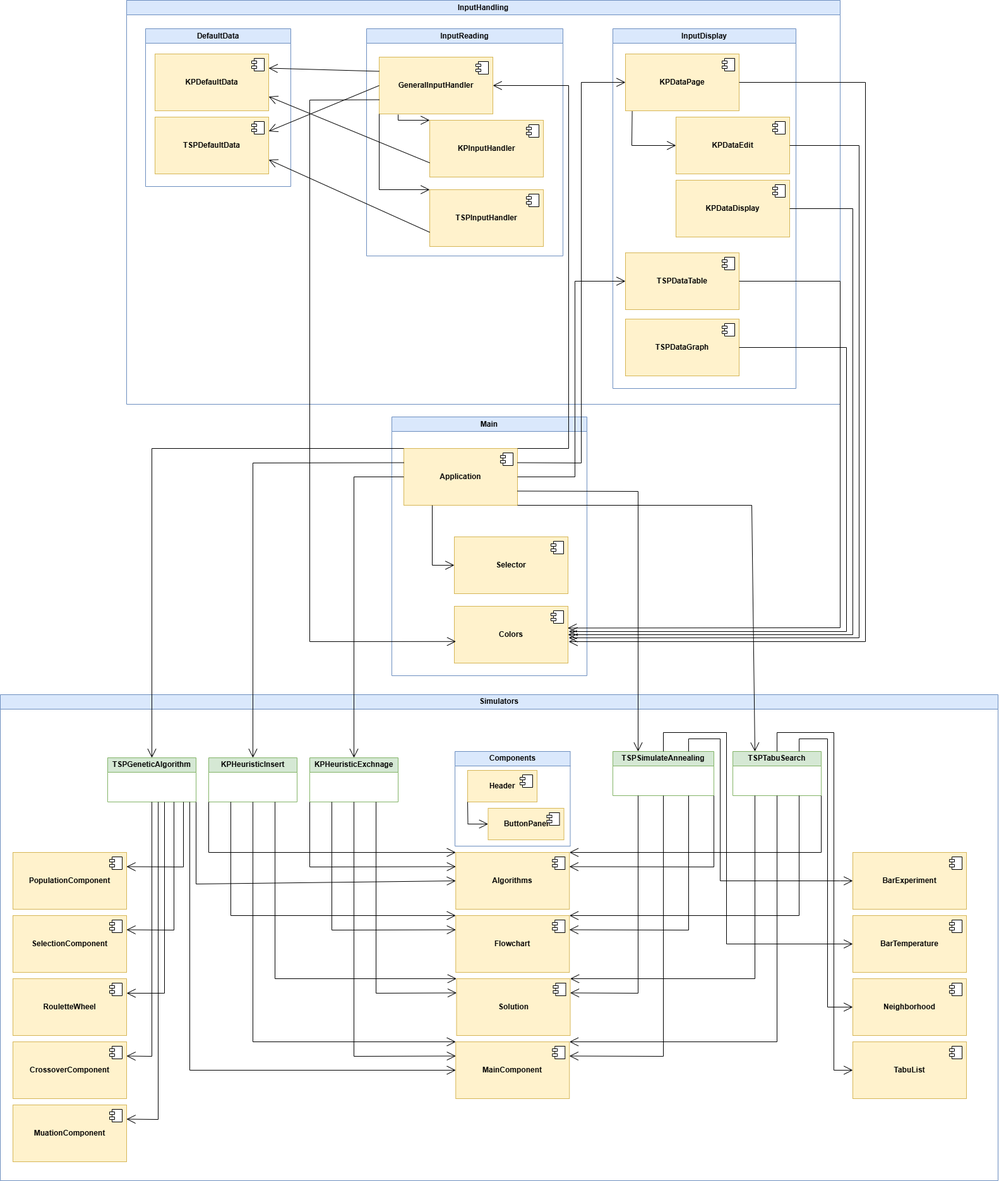
marek311/heuristics keeps this draw.io diagram as BP.png. Above is the earlier version. Source tidied: cells renumbered, new cells last; positions are measured from the earlier drawing's top-left corner, leaving out a move shared by most shapes.
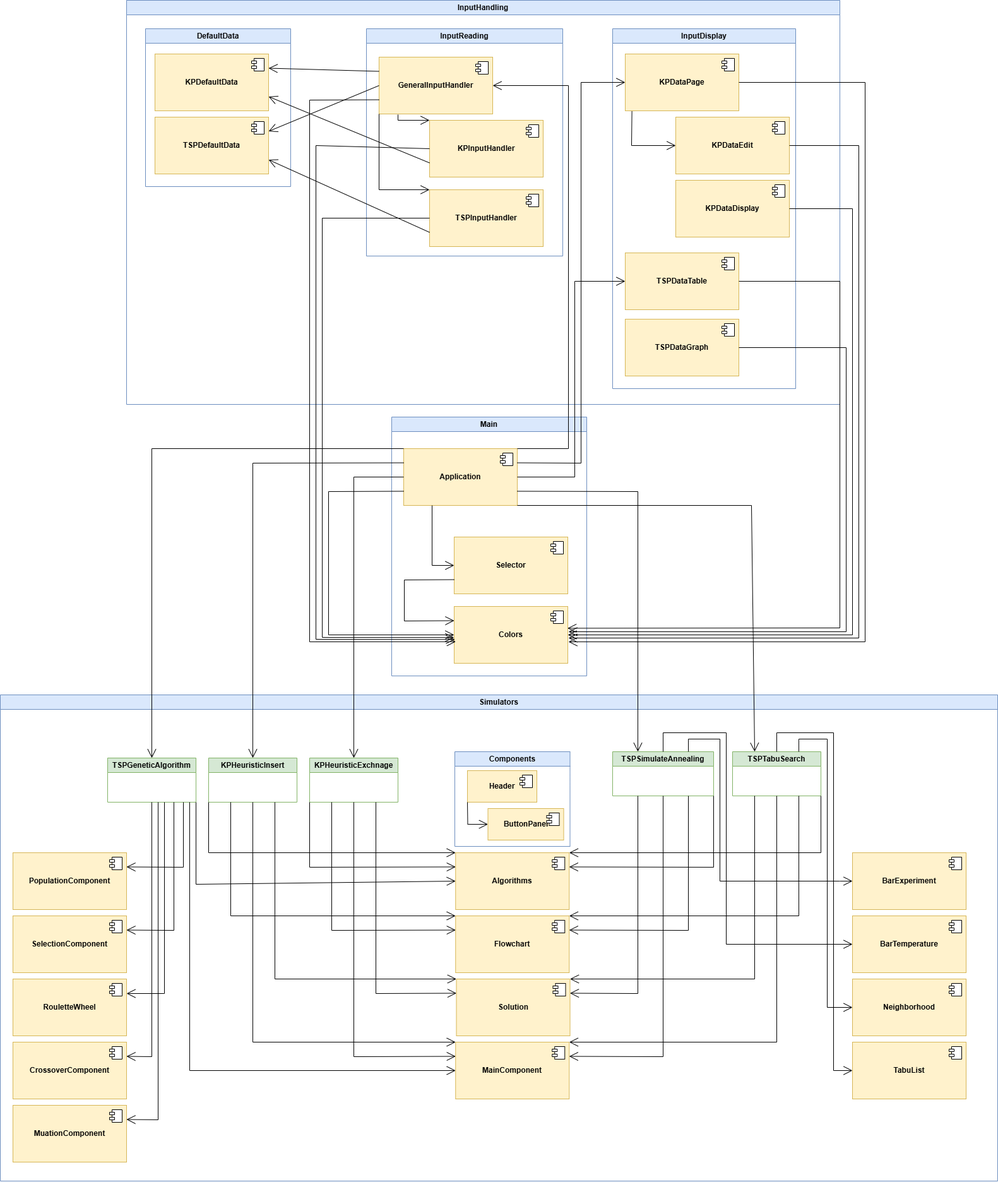
After the change.

What changed in the source:
```diff
@@ -163,6 +163,22 @@
         </Array>
       </mxGeometry>
     </mxCell>
+    <mxCell id="120" style="endArrow=open;endFill=1;endSize=12;html=1;rounded=0;exitX=0;exitY=0.75;exitDx=0;exitDy=0;entryX=0;entryY=0.5;entryDx=0;entryDy=0;" parent="33" edge="1" source="34" target="38">
+      <mxGeometry relative="1" as="geometry">
+        <Array as="points">
+          <mxPoint x="-100" y="118" />
+          <mxPoint x="-100" y="345" />
+        </Array>
+      </mxGeometry>
+    </mxCell>
+    <mxCell id="121" style="endArrow=open;endFill=1;endSize=12;html=1;rounded=0;exitX=0;exitY=0.75;exitDx=0;exitDy=0;entryX=0;entryY=0.25;entryDx=0;entryDy=0;" parent="33" edge="1" source="36" target="38">
+      <mxGeometry relative="1" as="geometry">
+        <Array as="points">
+          <mxPoint x="20" y="258" />
+          <mxPoint x="20" y="323" />
+        </Array>
+      </mxGeometry>
+    </mxCell>
     <mxCell id="41" style="endArrow=open;endFill=1;endSize=12;html=1;rounded=0;exitX=1;exitY=0;exitDx=0;exitDy=0;entryX=1;entryY=0.5;entryDx=0;entryDy=0;" parent="1" edge="1" source="34" target="21">
       <mxGeometry relative="1" as="geometry">
         <Array as="points">
@@ -625,5 +641,21 @@
         </Array>
       </mxGeometry>
     </mxCell>
+    <mxCell id="122" style="endArrow=open;endFill=1;endSize=12;html=1;rounded=0;exitX=0;exitY=0.5;exitDx=0;exitDy=0;entryX=0.006;entryY=0.581;entryDx=0;entryDy=0;entryPerimeter=0;" parent="1" edge="1" source="26" target="38">
+      <mxGeometry relative="1" as="geometry">
+        <Array as="points">
+          <mxPoint x="500" y="230" />
+          <mxPoint x="500" y="1012" />
+        </Array>
+      </mxGeometry>
+    </mxCell>
+    <mxCell id="123" style="endArrow=open;endFill=1;endSize=12;html=1;rounded=0;exitX=0;exitY=0.5;exitDx=0;exitDy=0;entryX=-0.001;entryY=0.546;entryDx=0;entryDy=0;entryPerimeter=0;" parent="1" edge="1" source="23" target="38">
+      <mxGeometry relative="1" as="geometry">
+        <Array as="points">
+          <mxPoint x="510" y="345" />
+          <mxPoint x="510" y="1009" />
+        </Array>
+      </mxGeometry>
+    </mxCell>
   </root>
 </mxGraphModel>
```
